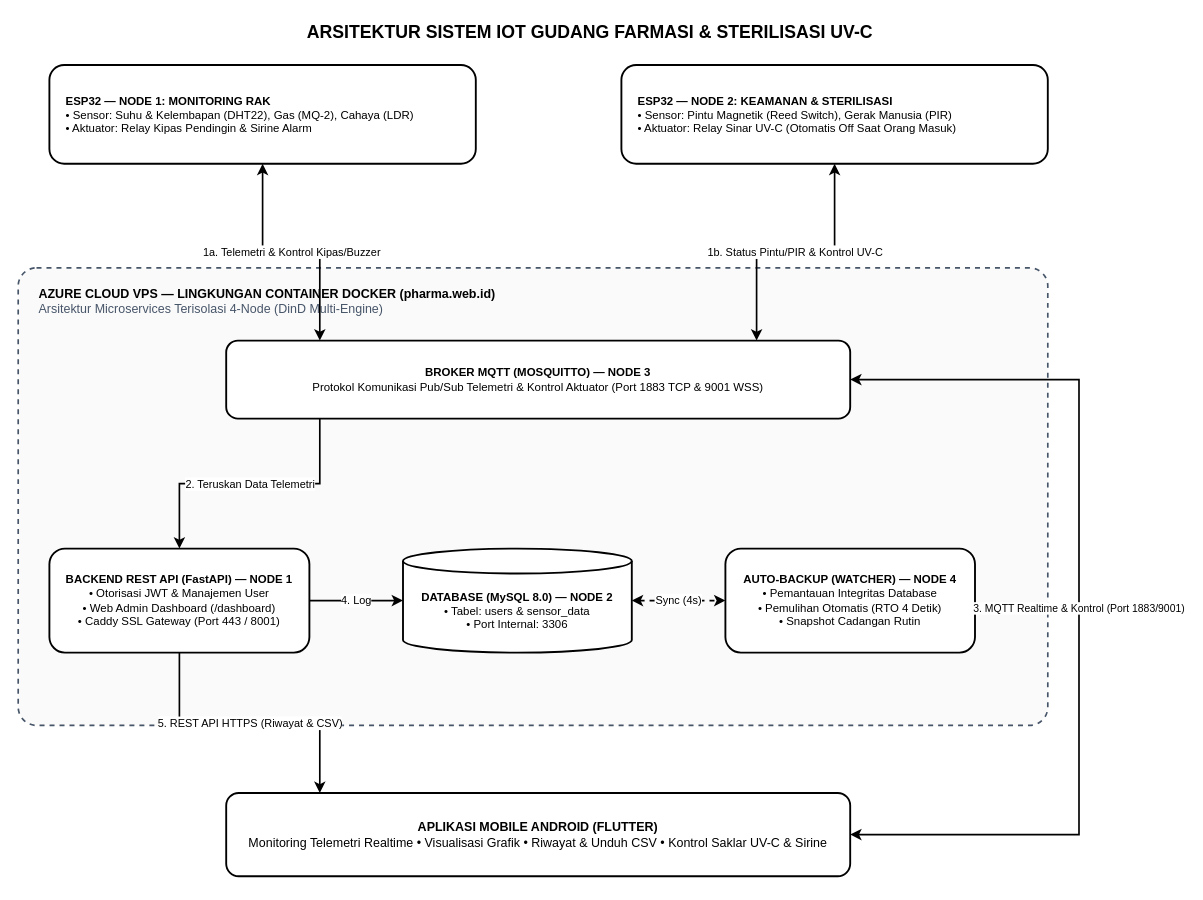
Above: docs/System Design & Flowchart/System Design - Copy.drawio in Rextt1122/Pharma (draw.io), before the change. Source tidied: cells renumbered, new cells numbered last; positions are measured from the earlier drawing's top-left corner, leaving out a move shared by most shapes. Both pictures are drawn from the tidied source at 104%, with x=0, y=0 at pixel (18, 18).
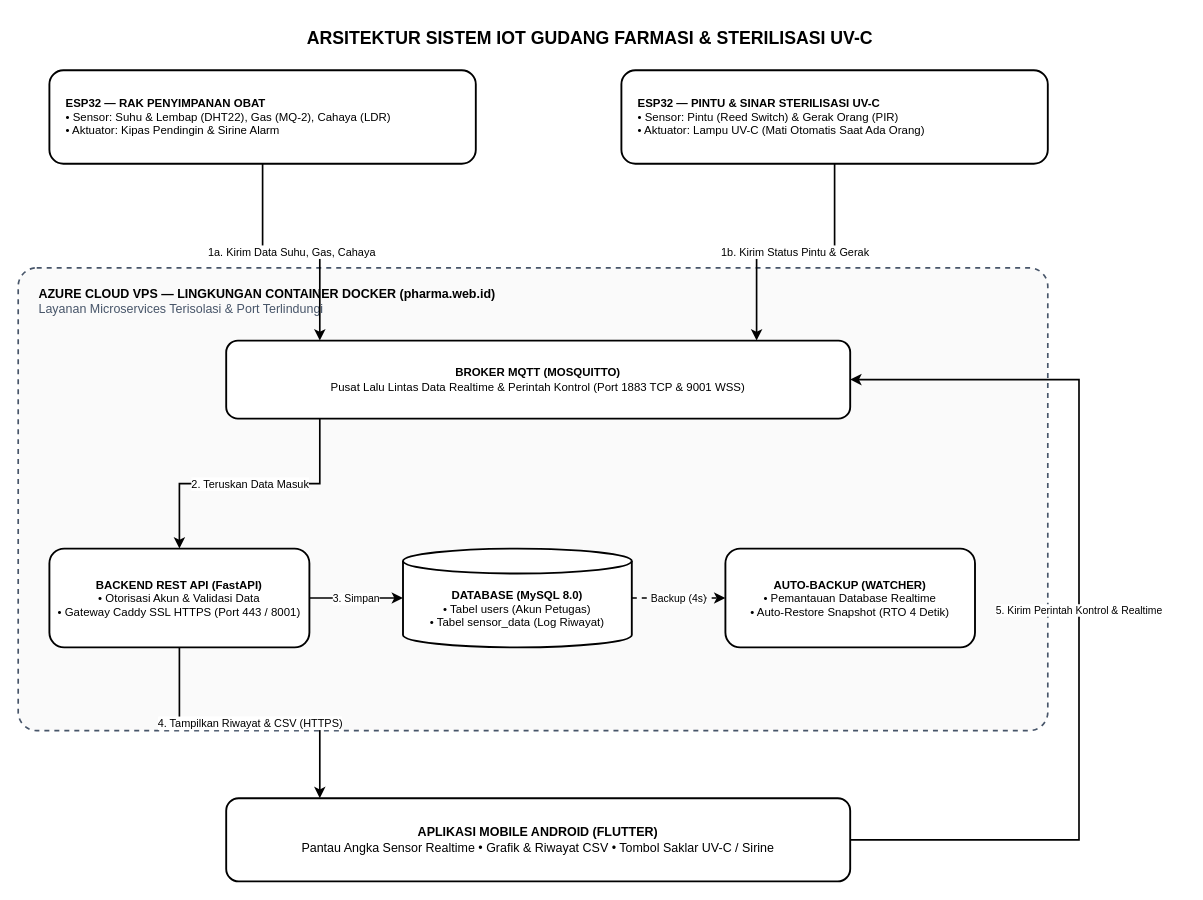
After the change.

Commit message (it also covers changes not shown here):
refactor(system-design): simplified 1-way linear data flow 1-to-5, removed ambiguous duplicate node tags and streamlined labels

The edit, as a diff of the source:
```diff
@@
 <mxGraphModel>
   <root>
     <mxCell id="0" />
     <mxCell id="1" parent="0" />
     <mxCell id="2" value="ARSITEKTUR SISTEM IOT GUDANG FARMASI &amp;amp; STERILISASI UV-C" style="text;html=1;align=center;verticalAlign=middle;whiteSpace=wrap;rounded=0;fontSize=17;fontStyle=1;fontColor=#000000;" parent="1" vertex="1">
-      <mxGeometry x="120" width="860" height="30" as="geometry" />
+      <mxGeometry x="120" y="5" width="860" height="30" as="geometry" />
     </mxCell>
-    <mxCell id="3" value="&lt;b&gt;ESP32 — NODE 1: MONITORING RAK&lt;/b&gt;&lt;br&gt;• Sensor: Suhu &amp;amp; Kelembapan (DHT22), Gas (MQ-2), Cahaya (LDR)&lt;br&gt;• Aktuator: Relay Kipas Pendingin &amp;amp; Sirine Alarm" style="rounded=1;whiteSpace=wrap;html=1;fillColor=#FFFFFF;strokeColor=#000000;strokeWidth=1.8;fontSize=11;fontColor=#000000;align=left;spacingLeft=14;" parent="1" vertex="1">
-      <mxGeometry x="30" y="45" width="410" height="95" as="geometry" />
+    <mxCell id="3" value="&lt;b&gt;ESP32 — RAK PENYIMPANAN OBAT&lt;/b&gt;&lt;br&gt;• Sensor: Suhu &amp;amp; Lembap (DHT22), Gas (MQ-2), Cahaya (LDR)&lt;br&gt;• Aktuator: Kipas Pendingin &amp;amp; Sirine Alarm" style="rounded=1;whiteSpace=wrap;html=1;fillColor=#FFFFFF;strokeColor=#000000;strokeWidth=1.8;fontSize=11;fontColor=#000000;align=left;spacingLeft=14;" parent="1" vertex="1">
+      <mxGeometry x="30" y="50" width="410" height="90" as="geometry" />
     </mxCell>
-    <mxCell id="4" value="&lt;b&gt;ESP32 — NODE 2: KEAMANAN &amp;amp; STERILISASI&lt;/b&gt;&lt;br&gt;• Sensor: Pintu Magnetik (Reed Switch), Gerak Manusia (PIR)&lt;br&gt;• Aktuator: Relay Sinar UV-C (Otomatis Off Saat Orang Masuk)" style="rounded=1;whiteSpace=wrap;html=1;fillColor=#FFFFFF;strokeColor=#000000;strokeWidth=1.8;fontSize=11;fontColor=#000000;align=left;spacingLeft=14;" parent="1" vertex="1">
-      <mxGeometry x="580" y="45" width="410" height="95" as="geometry" />
+    <mxCell id="4" value="&lt;b&gt;ESP32 — PINTU &amp;amp; SINAR STERILISASI UV-C&lt;/b&gt;&lt;br&gt;• Sensor: Pintu (Reed Switch) &amp;amp; Gerak Orang (PIR)&lt;br&gt;• Aktuator: Lampu UV-C (Mati Otomatis Saat Ada Orang)" style="rounded=1;whiteSpace=wrap;html=1;fillColor=#FFFFFF;strokeColor=#000000;strokeWidth=1.8;fontSize=11;fontColor=#000000;align=left;spacingLeft=14;" parent="1" vertex="1">
+      <mxGeometry x="580" y="50" width="410" height="90" as="geometry" />
     </mxCell>
-    <mxCell id="5" value="&lt;b&gt;AZURE CLOUD VPS — LINGKUNGAN CONTAINER DOCKER (pharma.web.id)&lt;/b&gt;&lt;br&gt;&lt;font color=&quot;#475569&quot;&gt;Arsitektur Microservices Terisolasi 4-Node (DinD Multi-Engine)&lt;/font&gt;" style="rounded=1;whiteSpace=wrap;html=1;fillColor=#FAFAFA;strokeColor=#475569;strokeWidth=1.6;dashed=1;fontSize=12;fontColor=#000000;verticalAlign=top;align=left;spacingLeft=18;spacingTop=12;arcSize=4;" parent="1" vertex="1">
-      <mxGeometry y="240" width="990" height="440" as="geometry" />
+    <mxCell id="5" value="&lt;b&gt;AZURE CLOUD VPS — LINGKUNGAN CONTAINER DOCKER (pharma.web.id)&lt;/b&gt;&lt;br&gt;&lt;font color=&quot;#475569&quot;&gt;Layanan Microservices Terisolasi &amp;amp; Port Terlindungi&lt;/font&gt;" style="rounded=1;whiteSpace=wrap;html=1;fillColor=#FAFAFA;strokeColor=#475569;strokeWidth=1.6;dashed=1;fontSize=12;fontColor=#000000;verticalAlign=top;align=left;spacingLeft=18;spacingTop=12;arcSize=4;" parent="1" vertex="1">
+      <mxGeometry y="240" width="990" height="445" as="geometry" />
     </mxCell>
-    <mxCell id="6" value="&lt;b&gt;BROKER MQTT (MOSQUITTO) — NODE 3&lt;/b&gt;&lt;br&gt;Protokol Komunikasi Pub/Sub Telemetri &amp;amp; Kontrol Aktuator (Port 1883 TCP &amp;amp; 9001 WSS)" style="rounded=1;whiteSpace=wrap;html=1;fillColor=#FFFFFF;strokeColor=#000000;strokeWidth=1.8;fontSize=11;fontColor=#000000;" parent="1" vertex="1">
+    <mxCell id="6" value="&lt;b&gt;BROKER MQTT (MOSQUITTO)&lt;/b&gt;&lt;br&gt;Pusat Lalu Lintas Data Realtime &amp;amp; Perintah Kontrol (Port 1883 TCP &amp;amp; 9001 WSS)" style="rounded=1;whiteSpace=wrap;html=1;fillColor=#FFFFFF;strokeColor=#000000;strokeWidth=1.8;fontSize=11;fontColor=#000000;" parent="1" vertex="1">
       <mxGeometry x="200" y="310" width="600" height="75" as="geometry" />
     </mxCell>
-    <mxCell id="7" value="&lt;b&gt;BACKEND REST API (FastAPI) — NODE 1&lt;/b&gt;&lt;br&gt;• Otorisasi JWT &amp;amp; Manajemen User&lt;br&gt;• Web Admin Dashboard (/dashboard)&lt;br&gt;• Caddy SSL Gateway (Port 443 / 8001)" style="rounded=1;whiteSpace=wrap;html=1;fillColor=#FFFFFF;strokeColor=#000000;strokeWidth=1.8;fontSize=11;fontColor=#000000;" parent="1" vertex="1">
-      <mxGeometry x="30" y="510" width="250" height="100" as="geometry" />
+    <mxCell id="7" value="&lt;b&gt;BACKEND REST API (FastAPI)&lt;/b&gt;&lt;br&gt;• Otorisasi Akun &amp;amp; Validasi Data&lt;br&gt;• Gateway Caddy SSL HTTPS (Port 443 / 8001)" style="rounded=1;whiteSpace=wrap;html=1;fillColor=#FFFFFF;strokeColor=#000000;strokeWidth=1.8;fontSize=11;fontColor=#000000;" parent="1" vertex="1">
+      <mxGeometry x="30" y="510" width="250" height="95" as="geometry" />
     </mxCell>
-    <mxCell id="8" value="&lt;b&gt;DATABASE (MySQL 8.0) — NODE 2&lt;/b&gt;&lt;br&gt;• Tabel: users &amp;amp; sensor_data&lt;br&gt;• Port Internal: 3306" style="shape=cylinder3;whiteSpace=wrap;html=1;boundedLbl=1;backgroundOutline=1;size=12;fillColor=#FFFFFF;strokeColor=#000000;strokeWidth=1.8;fontSize=11;fontColor=#000000;" parent="1" vertex="1">
-      <mxGeometry x="370" y="510" width="220" height="100" as="geometry" />
+    <mxCell id="8" value="&lt;b&gt;DATABASE (MySQL 8.0)&lt;/b&gt;&lt;br&gt;• Tabel users (Akun Petugas)&lt;br&gt;• Tabel sensor_data (Log Riwayat)" style="shape=cylinder3;whiteSpace=wrap;html=1;boundedLbl=1;backgroundOutline=1;size=12;fillColor=#FFFFFF;strokeColor=#000000;strokeWidth=1.8;fontSize=11;fontColor=#000000;" parent="1" vertex="1">
+      <mxGeometry x="370" y="510" width="220" height="95" as="geometry" />
     </mxCell>
-    <mxCell id="9" value="&lt;b&gt;AUTO-BACKUP (WATCHER) — NODE 4&lt;/b&gt;&lt;br&gt;• Pemantauan Integritas Database&lt;br&gt;• Pemulihan Otomatis (RTO 4 Detik)&lt;br&gt;• Snapshot Cadangan Rutin" style="rounded=1;whiteSpace=wrap;html=1;fillColor=#FFFFFF;strokeColor=#000000;strokeWidth=1.8;fontSize=11;fontColor=#000000;" parent="1" vertex="1">
-      <mxGeometry x="680" y="510" width="240" height="100" as="geometry" />
+    <mxCell id="9" value="&lt;b&gt;AUTO-BACKUP (WATCHER)&lt;/b&gt;&lt;br&gt;• Pemantauan Database Realtime&lt;br&gt;• Auto-Restore Snapshot (RTO 4 Detik)" style="rounded=1;whiteSpace=wrap;html=1;fillColor=#FFFFFF;strokeColor=#000000;strokeWidth=1.8;fontSize=11;fontColor=#000000;" parent="1" vertex="1">
+      <mxGeometry x="680" y="510" width="240" height="95" as="geometry" />
     </mxCell>
-    <mxCell id="10" value="&lt;b&gt;APLIKASI MOBILE ANDROID (FLUTTER)&lt;/b&gt;&lt;br&gt;Monitoring Telemetri Realtime • Visualisasi Grafik • Riwayat &amp;amp; Unduh CSV • Kontrol Saklar UV-C &amp;amp; Sirine" style="rounded=1;whiteSpace=wrap;html=1;fillColor=#FFFFFF;strokeColor=#000000;strokeWidth=1.8;fontSize=12;fontColor=#000000;" parent="1" vertex="1">
-      <mxGeometry x="200" y="745" width="600" height="80" as="geometry" />
+    <mxCell id="10" value="&lt;b&gt;APLIKASI MOBILE ANDROID (FLUTTER)&lt;/b&gt;&lt;br&gt;Pantau Angka Sensor Realtime &amp;bull; Grafik &amp;amp; Riwayat CSV &amp;bull; Tombol Saklar UV-C / Sirine" style="rounded=1;whiteSpace=wrap;html=1;fillColor=#FFFFFF;strokeColor=#000000;strokeWidth=1.8;fontSize=12;fontColor=#000000;" parent="1" vertex="1">
+      <mxGeometry x="200" y="750" width="600" height="80" as="geometry" />
     </mxCell>
-    <mxCell id="11" value="1a. Telemetri &amp;amp; Kontrol Kipas/Buzzer" style="edgeStyle=orthogonalEdgeStyle;rounded=0;html=1;strokeColor=#000000;strokeWidth=1.6;startArrow=classic;endArrow=classic;fontSize=10.5;fontColor=#000000;labelBackgroundColor=#FFFFFF;exitX=0.5;exitY=1;entryX=0.15;entryY=0;" parent="1" edge="1" source="3" target="6">
+    <mxCell id="11" value="1a. Kirim Data Suhu, Gas, Cahaya" style="edgeStyle=orthogonalEdgeStyle;rounded=0;html=1;strokeColor=#000000;strokeWidth=1.6;startArrow=none;endArrow=classic;fontSize=10.5;fontColor=#000000;labelBackgroundColor=#FFFFFF;exitX=0.5;exitY=1;entryX=0.15;entryY=0;" parent="1" edge="1" source="3" target="6">
       <mxGeometry relative="1" as="geometry" />
     </mxCell>
-    <mxCell id="12" value="1b. Status Pintu/PIR &amp;amp; Kontrol UV-C" style="edgeStyle=orthogonalEdgeStyle;rounded=0;html=1;strokeColor=#000000;strokeWidth=1.6;startArrow=classic;endArrow=classic;fontSize=10.5;fontColor=#000000;labelBackgroundColor=#FFFFFF;exitX=0.5;exitY=1;entryX=0.85;entryY=0;" parent="1" edge="1" source="4" target="6">
+    <mxCell id="12" value="1b. Kirim Status Pintu &amp;amp; Gerak" style="edgeStyle=orthogonalEdgeStyle;rounded=0;html=1;strokeColor=#000000;strokeWidth=1.6;startArrow=none;endArrow=classic;fontSize=10.5;fontColor=#000000;labelBackgroundColor=#FFFFFF;exitX=0.5;exitY=1;entryX=0.85;entryY=0;" parent="1" edge="1" source="4" target="6">
       <mxGeometry relative="1" as="geometry" />
     </mxCell>
-    <mxCell id="13" value="2. Teruskan Data Telemetri" style="edgeStyle=orthogonalEdgeStyle;rounded=0;html=1;strokeColor=#000000;strokeWidth=1.6;startArrow=none;endArrow=classic;fontSize=10.5;fontColor=#000000;labelBackgroundColor=#FFFFFF;exitX=0.15;exitY=1;entryX=0.5;entryY=0;" parent="1" edge="1" source="6" target="7">
+    <mxCell id="13" value="2. Teruskan Data Masuk" style="edgeStyle=orthogonalEdgeStyle;rounded=0;html=1;strokeColor=#000000;strokeWidth=1.6;startArrow=none;endArrow=classic;fontSize=10.5;fontColor=#000000;labelBackgroundColor=#FFFFFF;exitX=0.15;exitY=1;entryX=0.5;entryY=0;" parent="1" edge="1" source="6" target="7">
       <mxGeometry relative="1" as="geometry" />
     </mxCell>
-    <mxCell id="14" value="3. MQTT Realtime &amp;amp; Kontrol (Port 1883/9001)" style="edgeStyle=orthogonalEdgeStyle;rounded=0;html=1;strokeColor=#000000;strokeWidth=1.6;startArrow=classic;endArrow=classic;fontSize=10;fontColor=#000000;labelBackgroundColor=#FFFFFF;exitX=1;exitY=0.5;entryX=1;entryY=0.5;" parent="1" edge="1" source="6" target="10">
-      <mxGeometry relative="1" as="geometry">
-        <Array as="points">
-          <mxPoint x="1020" y="347" />
-          <mxPoint x="1020" y="785" />
-        </Array>
-      </mxGeometry>
-    </mxCell>
-    <mxCell id="15" value="4. Log" style="edgeStyle=orthogonalEdgeStyle;rounded=0;html=1;strokeColor=#000000;strokeWidth=1.6;startArrow=none;endArrow=classic;fontSize=10.5;fontColor=#000000;labelBackgroundColor=#FFFFFF;exitX=1;exitY=0.5;entryX=0;entryY=0.5;" parent="1" edge="1" source="7" target="8">
+    <mxCell id="15" value="3. Simpan" style="edgeStyle=orthogonalEdgeStyle;rounded=0;html=1;strokeColor=#000000;strokeWidth=1.6;startArrow=none;endArrow=classic;fontSize=10;fontColor=#000000;labelBackgroundColor=#FFFFFF;exitX=1;exitY=0.5;entryX=0;entryY=0.5;" parent="1" edge="1" source="7" target="8">
       <mxGeometry relative="1" as="geometry" />
     </mxCell>
-    <mxCell id="16" value="Sync (4s)" style="edgeStyle=orthogonalEdgeStyle;rounded=0;html=1;strokeColor=#000000;strokeWidth=1.6;dashed=1;startArrow=classic;endArrow=classic;fontSize=10.5;fontColor=#000000;labelBackgroundColor=#FFFFFF;exitX=1;exitY=0.5;entryX=0;entryY=0.5;" parent="1" edge="1" source="8" target="9">
+    <mxCell id="16" value="Backup (4s)" style="edgeStyle=orthogonalEdgeStyle;rounded=0;html=1;strokeColor=#000000;strokeWidth=1.6;dashed=1;startArrow=none;endArrow=classic;fontSize=10;fontColor=#000000;labelBackgroundColor=#FFFFFF;exitX=1;exitY=0.5;entryX=0;entryY=0.5;" parent="1" edge="1" source="8" target="9">
       <mxGeometry relative="1" as="geometry" />
     </mxCell>
-    <mxCell id="17" value="5. REST API HTTPS (Riwayat &amp; CSV)" style="edgeStyle=orthogonalEdgeStyle;rounded=0;html=1;strokeColor=#000000;strokeWidth=1.6;startArrow=none;endArrow=classic;fontSize=10.5;fontColor=#000000;labelBackgroundColor=#FFFFFF;exitX=0.5;exitY=1;entryX=0.15;entryY=0;" parent="1" edge="1" source="7" target="10">
+    <mxCell id="17" value="4. Tampilkan Riwayat &amp;amp; CSV (HTTPS)" style="edgeStyle=orthogonalEdgeStyle;rounded=0;html=1;strokeColor=#000000;strokeWidth=1.6;startArrow=none;endArrow=classic;fontSize=10.5;fontColor=#000000;labelBackgroundColor=#FFFFFF;exitX=0.5;exitY=1;entryX=0.15;entryY=0;" parent="1" edge="1" source="7" target="10">
       <mxGeometry relative="1" as="geometry" />
     </mxCell>
+    <mxCell id="14" value="5. Kirim Perintah Kontrol &amp;amp; Realtime" style="edgeStyle=orthogonalEdgeStyle;rounded=0;html=1;strokeColor=#000000;strokeWidth=1.6;startArrow=none;endArrow=classic;fontSize=10;fontColor=#000000;labelBackgroundColor=#FFFFFF;exitX=1;exitY=0.5;entryX=1;entryY=0.5;" parent="1" edge="1" source="10" target="6">
+      <mxGeometry relative="1" as="geometry">
+        <Array as="points">
+          <mxPoint x="1020" y="790" />
+          <mxPoint x="1020" y="347" />
+        </Array>
+      </mxGeometry>
+    </mxCell>
   </root>
 </mxGraphModel>
```
